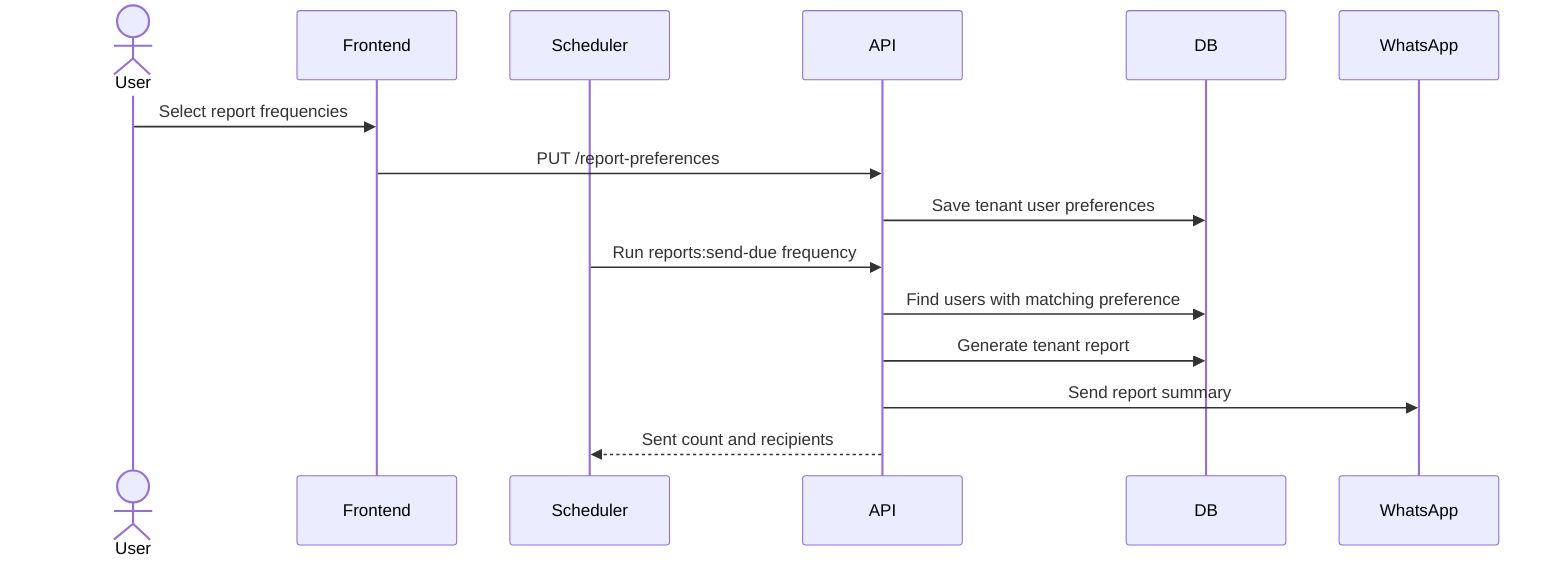
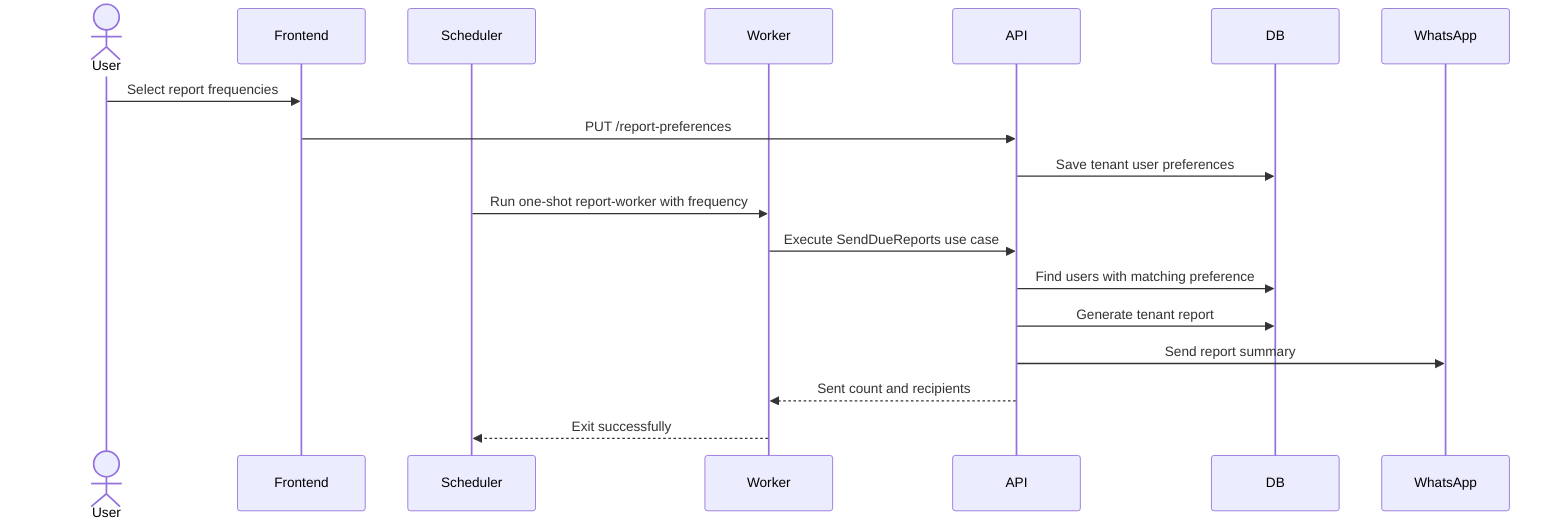
sequenceDiagram
  actor User
  participant Frontend
  participant Scheduler
+   participant Worker
  participant API
  participant DB
  participant WhatsApp
  User->>Frontend: Select report frequencies
  Frontend->>API: PUT /report-preferences
  API->>DB: Save tenant user preferences
-   Scheduler->>API: Run reports:send-due frequency
+   Scheduler->>Worker: Run one-shot report-worker with frequency
+   Worker->>API: Execute SendDueReports use case
  API->>DB: Find users with matching preference
  API->>DB: Generate tenant report
  API->>WhatsApp: Send report summary
-   API-->>Scheduler: Sent count and recipients
+   API-->>Worker: Sent count and recipients
+   Worker-->>Scheduler: Exit successfully
